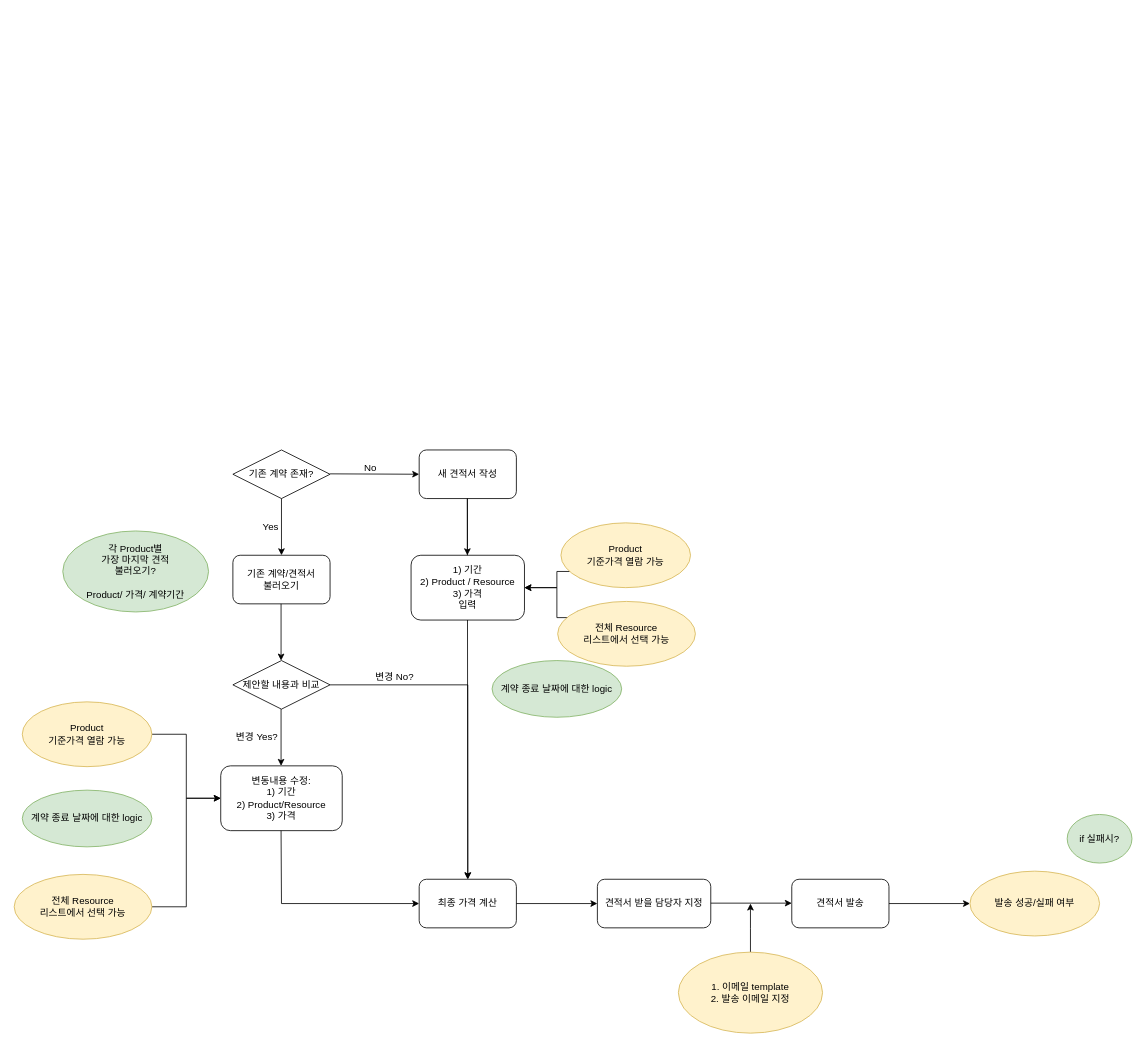
The draw.io diagram page "견적서_process" (7 of 8) of cknet 오브젝트 및 프로세스.drawio in cknet-saleforce/newyork, before the edit. Source tidied: cells renumbered, new cells numbered last; positions are measured from the earlier drawing's top-left corner, leaving out a move shared by most shapes. Both pictures are drawn from the tidied source at 81%, with x=0, y=0 at pixel (14, 450).
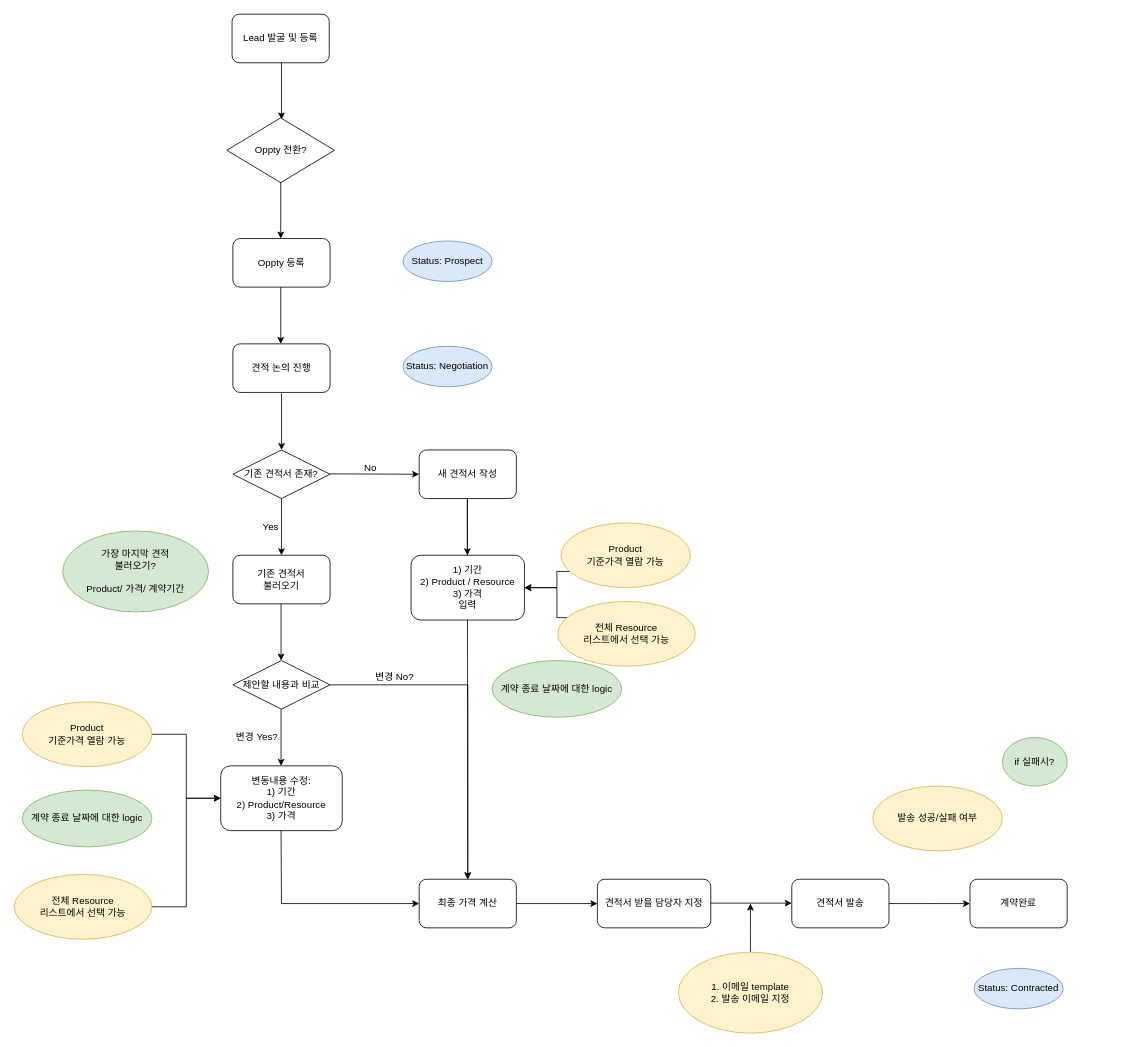
The same diagram, later.

Commit message:
견적서 process extended

The change refers to these unchanged cells:
```xml
<mxCell id="9" value="견적서 발송" style="rounded=1;whiteSpace=wrap;html=1;" parent="1" vertex="1">
  <mxGeometry x="960" y="530" width="120" height="60" as="geometry" />
</mxCell>
```

The edit, as a diff of the source:
```diff
@@
-    <mxCell id="2" value="기존 계약 존재?" style="rhombus;whiteSpace=wrap;html=1;" parent="1" vertex="1">
+    <mxCell id="2" value="기존 견적서 존재?" style="rhombus;whiteSpace=wrap;html=1;" parent="1" vertex="1">
       <mxGeometry x="270" width="120" height="60" as="geometry" />
     </mxCell>
-    <mxCell id="3" value="기존 계약/견적서 &lt;br&gt;불러오기" style="rounded=1;whiteSpace=wrap;html=1;" parent="1" vertex="1">
+    <mxCell id="3" value="기존 견적서 &lt;br&gt;불러오기" style="rounded=1;whiteSpace=wrap;html=1;" parent="1" vertex="1">
       <mxGeometry x="270" y="130" width="120" height="60" as="geometry" />
     </mxCell>
@@
-    <mxCell id="8" style="edgeStyle=orthogonalEdgeStyle;rounded=0;jettySize=auto;html=1;exitX=1;exitY=0.5;exitDx=0;exitDy=0;" parent="1" edge="1" source="9" target="33">
-      <mxGeometry relative="1" as="geometry" />
+    <mxCell id="8" style="edgeStyle=orthogonalEdgeStyle;rounded=0;jettySize=auto;html=1;exitX=1;exitY=0.5;exitDx=0;exitDy=0;" parent="1" edge="1" source="9">
+      <mxGeometry relative="1" as="geometry">
+        <mxPoint x="1180" y="560" as="targetPoint" />
+      </mxGeometry>
     </mxCell>
@@
-    <mxCell id="26" value="&lt;span&gt;각 Product별&lt;/span&gt;&lt;br&gt;&lt;span&gt;가장 마지막 견적 &lt;br&gt;불러오기?&lt;br&gt;&lt;br&gt;Product/ 가격/ 계약기간&lt;br&gt;&lt;/span&gt;" style="ellipse;whiteSpace=wrap;html=1;fillColor=#d5e8d4;strokeColor=#82b366;" parent="1" vertex="1">
+    <mxCell id="26" value="&lt;span&gt;가장 마지막 견적 &lt;br&gt;불러오기?&lt;br&gt;&lt;br&gt;Product/ 가격/ 계약기간&lt;br&gt;&lt;/span&gt;" style="ellipse;whiteSpace=wrap;html=1;fillColor=#d5e8d4;strokeColor=#82b366;" parent="1" vertex="1">
       <mxGeometry x="60" y="100" width="180" height="100" as="geometry" />
     </mxCell>
@@
-    <mxCell id="33" value="발송 성공/실패 여부" style="ellipse;whiteSpace=wrap;html=1;fillColor=#fff2cc;strokeColor=#d6b656;" parent="1" vertex="1">
-      <mxGeometry x="1180" y="520" width="160" height="80" as="geometry" />
-    </mxCell>
     <mxCell id="34" value="if 실패시?" style="ellipse;whiteSpace=wrap;html=1;fillColor=#d5e8d4;strokeColor=#82b366;" parent="1" vertex="1">
-      <mxGeometry x="1300" y="450" width="80" height="60" as="geometry" />
+      <mxGeometry x="1220" y="355" width="80" height="60" as="geometry" />
     </mxCell>
@@
+    <mxCell id="41" value="Lead 발굴 및 등록" style="rounded=1;whiteSpace=wrap;html=1;" parent="1" vertex="1">
+      <mxGeometry x="269" y="-538" width="120" height="60" as="geometry" />
+    </mxCell>
+    <mxCell id="42" value="Oppty 전환?" style="rhombus;whiteSpace=wrap;html=1;" parent="1" vertex="1">
+      <mxGeometry x="262.5" y="-410" width="133" height="80" as="geometry" />
+    </mxCell>
+    <mxCell id="43" value="Oppty 등록" style="rounded=1;whiteSpace=wrap;html=1;" parent="1" vertex="1">
+      <mxGeometry x="270" y="-261" width="120" height="60" as="geometry" />
+    </mxCell>
+    <mxCell id="44" value="Status: Prospect" style="ellipse;whiteSpace=wrap;html=1;fillColor=#dae8fc;strokeColor=#6c8ebf;" parent="1" vertex="1">
+      <mxGeometry x="480" y="-258" width="110" height="50" as="geometry" />
+    </mxCell>
+    <mxCell id="45" value="견적 논의 진행" style="rounded=1;whiteSpace=wrap;html=1;" parent="1" vertex="1">
+      <mxGeometry x="270" y="-131" width="120" height="60" as="geometry" />
+    </mxCell>
+    <mxCell id="46" value="Status: Negotiation" style="ellipse;whiteSpace=wrap;html=1;fillColor=#dae8fc;strokeColor=#6c8ebf;" parent="1" vertex="1">
+      <mxGeometry x="480" y="-128" width="110" height="50" as="geometry" />
+    </mxCell>
+    <mxCell id="33" value="발송 성공/실패 여부" style="ellipse;whiteSpace=wrap;html=1;fillColor=#fff2cc;strokeColor=#d6b656;" parent="1" vertex="1">
+      <mxGeometry x="1060" y="415" width="160" height="80" as="geometry" />
+    </mxCell>
+    <mxCell id="47" value="계약완료" style="rounded=1;whiteSpace=wrap;html=1;" parent="1" vertex="1">
+      <mxGeometry x="1180" y="530" width="120" height="60" as="geometry" />
+    </mxCell>
+    <mxCell id="48" value="Status: Contracted" style="ellipse;whiteSpace=wrap;html=1;fillColor=#dae8fc;strokeColor=#6c8ebf;" parent="1" vertex="1">
+      <mxGeometry x="1185" y="640" width="110" height="50" as="geometry" />
+    </mxCell>
+    <mxCell id="49" style="endArrow=classic;html=1;rounded=0;entryX=0.5;entryY=0;entryDx=0;entryDy=0;exitX=0.5;exitY=1;exitDx=0;exitDy=0;" parent="1" edge="1">
+      <mxGeometry relative="1" as="geometry">
+        <mxPoint x="330.1" y="-70" as="sourcePoint" />
+        <mxPoint x="330.1" as="targetPoint" />
+      </mxGeometry>
+    </mxCell>
+    <mxCell id="50" style="endArrow=classic;html=1;rounded=0;entryX=0.5;entryY=0;entryDx=0;entryDy=0;exitX=0.5;exitY=1;exitDx=0;exitDy=0;" parent="1" edge="1">
+      <mxGeometry relative="1" as="geometry">
+        <mxPoint x="329.1" y="-201" as="sourcePoint" />
+        <mxPoint x="329.1" y="-131" as="targetPoint" />
+      </mxGeometry>
+    </mxCell>
+    <mxCell id="51" style="endArrow=classic;html=1;rounded=0;entryX=0.5;entryY=0;entryDx=0;entryDy=0;exitX=0.5;exitY=1;exitDx=0;exitDy=0;" parent="1" edge="1">
+      <mxGeometry relative="1" as="geometry">
+        <mxPoint x="329.1" y="-331" as="sourcePoint" />
+        <mxPoint x="329.1" y="-261" as="targetPoint" />
+      </mxGeometry>
+    </mxCell>
+    <mxCell id="52" style="endArrow=classic;html=1;rounded=0;entryX=0.5;entryY=0;entryDx=0;entryDy=0;exitX=0.5;exitY=1;exitDx=0;exitDy=0;" parent="1" edge="1">
+      <mxGeometry relative="1" as="geometry">
+        <mxPoint x="330" y="-478" as="sourcePoint" />
+        <mxPoint x="330" y="-408" as="targetPoint" />
+      </mxGeometry>
+    </mxCell>
```
